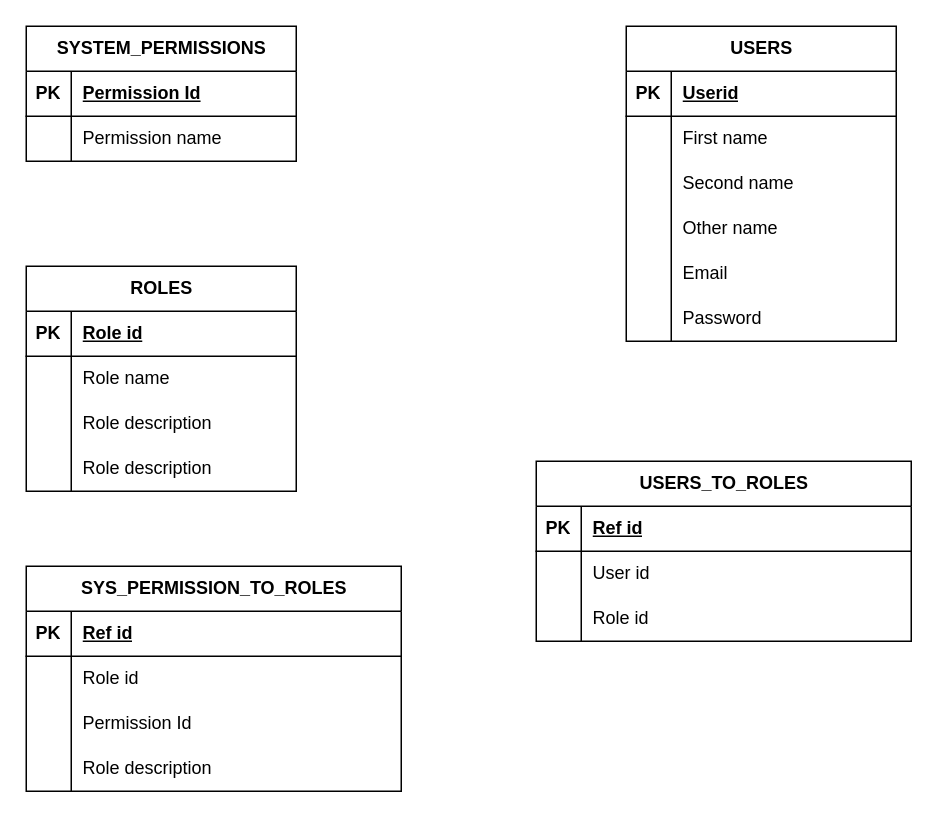
This is Role based access.drawio from JohnMugambi/Files, a draw.io file, before an edit. Source tidied: cells renumbered, new cells numbered last; positions are measured from the earlier drawing's top-left corner, leaving out a move shared by most shapes. Both pictures are drawn from the tidied source at 150%, with x=0, y=0 at pixel (26, 26).
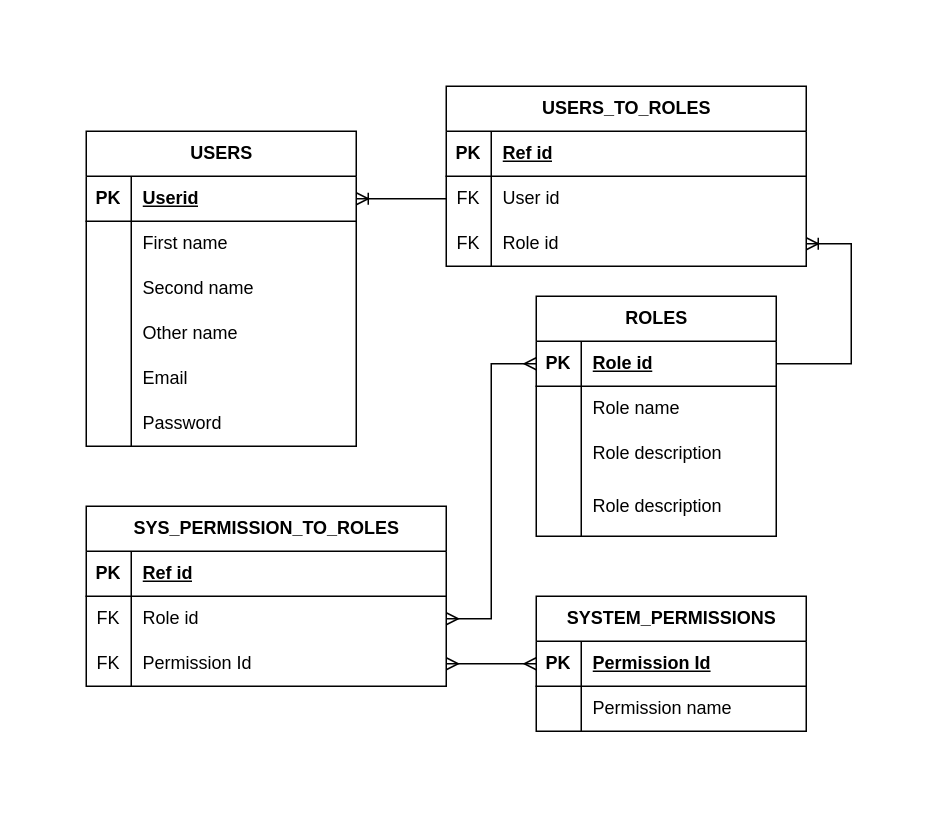
Above is the later version.

Unchanged cells that the change refers to:
```xml
<mxCell id="3" style="shape=tableRow;horizontal=0;startSize=0;swimlaneHead=0;swimlaneBody=0;fillColor=none;points=[[0,0.5],[1,0.5]];portConstraint=eastwest;top=0;left=0;right=0;bottom=1;" parent="2" vertex="1">
  <mxGeometry y="30" width="180" height="30" as="geometry" />
</mxCell>
<mxCell id="22" style="shape=tableRow;horizontal=0;startSize=0;swimlaneHead=0;swimlaneBody=0;fillColor=none;points=[[0,0.5],[1,0.5]];portConstraint=eastwest;top=0;left=0;right=0;bottom=1;" parent="21" vertex="1">
  <mxGeometry y="30" width="180" height="30" as="geometry" />
</mxCell>
```

The edit, as a diff of the source:
```diff
@@
     <mxCell id="2" value="USERS" style="shape=table;startSize=30;childLayout=tableLayout;rowLines=0;fontStyle=1;align=center;html=1;" parent="1" vertex="1">
-      <mxGeometry x="400" width="180" height="210" as="geometry" />
+      <mxGeometry x="40" y="70" width="180" height="210" as="geometry" />
     </mxCell>
@@
     <mxCell id="21" value="SYSTEM_PERMISSIONS" style="shape=table;startSize=30;childLayout=tableLayout;rowLines=0;fontStyle=1;align=center;html=1;" parent="1" vertex="1">
-      <mxGeometry width="180" height="90" as="geometry" />
+      <mxGeometry x="340" y="380" width="180" height="90" as="geometry" />
     </mxCell>
@@
     <mxCell id="28" value="ROLES" style="shape=table;startSize=30;childLayout=tableLayout;rowLines=0;fontStyle=1;align=center;html=1;" parent="1" vertex="1">
-      <mxGeometry y="160" width="180" height="150" as="geometry" />
+      <mxGeometry x="340" y="180" width="160" height="160" as="geometry" />
     </mxCell>
     <mxCell id="29" style="shape=tableRow;horizontal=0;startSize=0;swimlaneHead=0;swimlaneBody=0;fillColor=none;points=[[0,0.5],[1,0.5]];portConstraint=eastwest;top=0;left=0;right=0;bottom=1;" parent="28" vertex="1">
-      <mxGeometry y="30" width="180" height="30" as="geometry" />
+      <mxGeometry y="30" width="160" height="30" as="geometry" />
     </mxCell>
@@
     <mxCell id="31" value="Role id" style="shape=partialRectangle;fillColor=none;top=0;left=0;bottom=0;right=0;align=left;spacingLeft=6;fontStyle=5;overflow=hidden;whiteSpace=wrap;html=1;" parent="29" vertex="1">
-      <mxGeometry x="30" width="150" height="30" as="geometry" />
+      <mxGeometry x="30" width="130" height="30" as="geometry" />
     </mxCell>
     <mxCell id="32" style="shape=tableRow;horizontal=0;startSize=0;swimlaneHead=0;swimlaneBody=0;fillColor=none;top=0;left=0;right=0;bottom=0;" parent="28" vertex="1">
-      <mxGeometry y="60" width="180" height="30" as="geometry" />
+      <mxGeometry y="60" width="160" height="30" as="geometry" />
     </mxCell>
@@
     <mxCell id="34" value="Role name" style="shape=partialRectangle;fillColor=none;top=0;left=0;bottom=0;right=0;align=left;spacingLeft=6;overflow=hidden;whiteSpace=wrap;html=1;" parent="32" vertex="1">
-      <mxGeometry x="30" width="150" height="30" as="geometry" />
+      <mxGeometry x="30" width="130" height="30" as="geometry" />
     </mxCell>
     <mxCell id="35" style="shape=tableRow;horizontal=0;startSize=0;swimlaneHead=0;swimlaneBody=0;fillColor=none;top=0;left=0;right=0;bottom=0;" parent="28" vertex="1">
-      <mxGeometry y="90" width="180" height="30" as="geometry" />
+      <mxGeometry y="90" width="160" height="30" as="geometry" />
     </mxCell>
@@
     <mxCell id="37" value="Role description" style="shape=partialRectangle;fillColor=none;top=0;left=0;bottom=0;right=0;align=left;spacingLeft=6;overflow=hidden;whiteSpace=wrap;html=1;" parent="35" vertex="1">
-      <mxGeometry x="30" width="150" height="30" as="geometry" />
+      <mxGeometry x="30" width="130" height="30" as="geometry" />
     </mxCell>
     <mxCell id="38" style="shape=tableRow;horizontal=0;startSize=0;swimlaneHead=0;swimlaneBody=0;fillColor=none;top=0;left=0;right=0;bottom=0;" parent="28" vertex="1">
-      <mxGeometry y="120" width="180" height="30" as="geometry" />
+      <mxGeometry y="120" width="160" height="40" as="geometry" />
     </mxCell>
     <mxCell id="39" style="shape=partialRectangle;fillColor=none;top=0;left=0;bottom=0;right=0;overflow=hidden;whiteSpace=wrap;html=1;" parent="38" vertex="1">
-      <mxGeometry width="30" height="30" as="geometry" />
+      <mxGeometry width="30" height="40" as="geometry" />
     </mxCell>
     <mxCell id="40" value="Role description" style="shape=partialRectangle;fillColor=none;top=0;left=0;bottom=0;right=0;align=left;spacingLeft=6;overflow=hidden;whiteSpace=wrap;html=1;" parent="38" vertex="1">
-      <mxGeometry x="30" width="150" height="30" as="geometry" />
+      <mxGeometry x="30" width="130" height="40" as="geometry" />
     </mxCell>
     <mxCell id="41" value="SYS_PERMISSION_TO_ROLES" style="shape=table;startSize=30;childLayout=tableLayout;rowLines=0;fontStyle=1;align=center;html=1;" parent="1" vertex="1">
-      <mxGeometry y="360" width="250" height="150" as="geometry" />
+      <mxGeometry x="40" y="320" width="240" height="120" as="geometry" />
     </mxCell>
     <mxCell id="42" style="shape=tableRow;horizontal=0;startSize=0;swimlaneHead=0;swimlaneBody=0;fillColor=none;top=0;left=0;right=0;bottom=1;" parent="41" vertex="1">
-      <mxGeometry y="30" width="250" height="30" as="geometry" />
+      <mxGeometry y="30" width="240" height="30" as="geometry" />
     </mxCell>
@@
     <mxCell id="44" value="Ref id" style="shape=partialRectangle;fillColor=none;top=0;left=0;bottom=0;right=0;align=left;spacingLeft=6;fontStyle=5;overflow=hidden;whiteSpace=wrap;html=1;" parent="42" vertex="1">
-      <mxGeometry x="30" width="220" height="30" as="geometry" />
+      <mxGeometry x="30" width="210" height="30" as="geometry" />
     </mxCell>
     <mxCell id="45" style="shape=tableRow;horizontal=0;startSize=0;swimlaneHead=0;swimlaneBody=0;fillColor=none;points=[[0,0.5],[1,0.5]];portConstraint=eastwest;top=0;left=0;right=0;bottom=0;" parent="41" vertex="1">
-      <mxGeometry y="60" width="250" height="30" as="geometry" />
+      <mxGeometry y="60" width="240" height="30" as="geometry" />
     </mxCell>
-    <mxCell id="46" style="shape=partialRectangle;fillColor=none;top=0;left=0;bottom=0;right=0;overflow=hidden;whiteSpace=wrap;html=1;" parent="45" vertex="1">
+    <mxCell id="46" value="FK" style="shape=partialRectangle;fillColor=none;top=0;left=0;bottom=0;right=0;overflow=hidden;whiteSpace=wrap;html=1;" parent="45" vertex="1">
       <mxGeometry width="30" height="30" as="geometry" />
     </mxCell>
     <mxCell id="47" value="Role id" style="shape=partialRectangle;fillColor=none;top=0;left=0;bottom=0;right=0;align=left;spacingLeft=6;overflow=hidden;whiteSpace=wrap;html=1;" parent="45" vertex="1">
-      <mxGeometry x="30" width="220" height="30" as="geometry" />
+      <mxGeometry x="30" width="210" height="30" as="geometry" />
     </mxCell>
     <mxCell id="48" style="shape=tableRow;horizontal=0;startSize=0;swimlaneHead=0;swimlaneBody=0;fillColor=none;points=[[0,0.5],[1,0.5]];portConstraint=eastwest;top=0;left=0;right=0;bottom=0;" parent="41" vertex="1">
-      <mxGeometry y="90" width="250" height="30" as="geometry" />
+      <mxGeometry y="90" width="240" height="30" as="geometry" />
     </mxCell>
-    <mxCell id="49" style="shape=partialRectangle;fillColor=none;top=0;left=0;bottom=0;right=0;overflow=hidden;whiteSpace=wrap;html=1;" parent="48" vertex="1">
+    <mxCell id="49" value="FK" style="shape=partialRectangle;fillColor=none;top=0;left=0;bottom=0;right=0;overflow=hidden;whiteSpace=wrap;html=1;" parent="48" vertex="1">
       <mxGeometry width="30" height="30" as="geometry" />
     </mxCell>
     <mxCell id="50" value="Permission Id" style="shape=partialRectangle;fillColor=none;top=0;left=0;bottom=0;right=0;align=left;spacingLeft=6;overflow=hidden;whiteSpace=wrap;html=1;" parent="48" vertex="1">
-      <mxGeometry x="30" width="220" height="30" as="geometry" />
+      <mxGeometry x="30" width="210" height="30" as="geometry" />
     </mxCell>
-    <mxCell id="51" style="shape=tableRow;horizontal=0;startSize=0;swimlaneHead=0;swimlaneBody=0;fillColor=none;top=0;left=0;right=0;bottom=0;" parent="41" vertex="1">
-      <mxGeometry y="120" width="250" height="30" as="geometry" />
-    </mxCell>
-    <mxCell id="52" style="shape=partialRectangle;fillColor=none;top=0;left=0;bottom=0;right=0;overflow=hidden;whiteSpace=wrap;html=1;" parent="51" vertex="1">
-      <mxGeometry width="30" height="30" as="geometry" />
-    </mxCell>
-    <mxCell id="53" value="Role description" style="shape=partialRectangle;fillColor=none;top=0;left=0;bottom=0;right=0;align=left;spacingLeft=6;overflow=hidden;whiteSpace=wrap;html=1;" parent="51" vertex="1">
-      <mxGeometry x="30" width="220" height="30" as="geometry" />
-    </mxCell>
     <mxCell id="54" value="USERS_TO_ROLES" style="shape=table;startSize=30;childLayout=tableLayout;rowLines=0;fontStyle=1;align=center;html=1;" parent="1" vertex="1">
-      <mxGeometry x="340" y="290" width="250" height="120" as="geometry" />
+      <mxGeometry x="280" y="40" width="240" height="120" as="geometry" />
     </mxCell>
     <mxCell id="55" style="shape=tableRow;horizontal=0;startSize=0;swimlaneHead=0;swimlaneBody=0;fillColor=none;top=0;left=0;right=0;bottom=1;" parent="54" vertex="1">
-      <mxGeometry y="30" width="250" height="30" as="geometry" />
+      <mxGeometry y="30" width="240" height="30" as="geometry" />
     </mxCell>
@@
     <mxCell id="57" value="Ref id" style="shape=partialRectangle;fillColor=none;top=0;left=0;bottom=0;right=0;align=left;spacingLeft=6;fontStyle=5;overflow=hidden;whiteSpace=wrap;html=1;" parent="55" vertex="1">
-      <mxGeometry x="30" width="220" height="30" as="geometry" />
+      <mxGeometry x="30" width="210" height="30" as="geometry" />
     </mxCell>
     <mxCell id="58" style="shape=tableRow;horizontal=0;startSize=0;swimlaneHead=0;swimlaneBody=0;fillColor=none;points=[[0,0.5],[1,0.5]];portConstraint=eastwest;top=0;left=0;right=0;bottom=0;" parent="54" vertex="1">
-      <mxGeometry y="60" width="250" height="30" as="geometry" />
+      <mxGeometry y="60" width="240" height="30" as="geometry" />
     </mxCell>
-    <mxCell id="59" style="shape=partialRectangle;fillColor=none;top=0;left=0;bottom=0;right=0;overflow=hidden;whiteSpace=wrap;html=1;" parent="58" vertex="1">
+    <mxCell id="59" value="FK" style="shape=partialRectangle;fillColor=none;top=0;left=0;bottom=0;right=0;overflow=hidden;whiteSpace=wrap;html=1;" parent="58" vertex="1">
       <mxGeometry width="30" height="30" as="geometry" />
     </mxCell>
     <mxCell id="60" value="User id" style="shape=partialRectangle;fillColor=none;top=0;left=0;bottom=0;right=0;align=left;spacingLeft=6;overflow=hidden;whiteSpace=wrap;html=1;" parent="58" vertex="1">
-      <mxGeometry x="30" width="220" height="30" as="geometry" />
+      <mxGeometry x="30" width="210" height="30" as="geometry" />
     </mxCell>
     <mxCell id="61" style="shape=tableRow;horizontal=0;startSize=0;swimlaneHead=0;swimlaneBody=0;fillColor=none;points=[[0,0.5],[1,0.5]];portConstraint=eastwest;top=0;left=0;right=0;bottom=0;" parent="54" vertex="1">
-      <mxGeometry y="90" width="250" height="30" as="geometry" />
+      <mxGeometry y="90" width="240" height="30" as="geometry" />
     </mxCell>
-    <mxCell id="62" style="shape=partialRectangle;fillColor=none;top=0;left=0;bottom=0;right=0;overflow=hidden;whiteSpace=wrap;html=1;" parent="61" vertex="1">
+    <mxCell id="62" value="FK" style="shape=partialRectangle;fillColor=none;top=0;left=0;bottom=0;right=0;overflow=hidden;whiteSpace=wrap;html=1;" parent="61" vertex="1">
       <mxGeometry width="30" height="30" as="geometry" />
     </mxCell>
     <mxCell id="63" value="Role id" style="shape=partialRectangle;fillColor=none;top=0;left=0;bottom=0;right=0;align=left;spacingLeft=6;overflow=hidden;whiteSpace=wrap;html=1;" parent="61" vertex="1">
-      <mxGeometry x="30" width="220" height="30" as="geometry" />
+      <mxGeometry x="30" width="210" height="30" as="geometry" />
     </mxCell>
+    <mxCell id="64" style="edgeStyle=entityRelationEdgeStyle;fontSize=12;html=1;endArrow=ERoneToMany;rounded=0;" parent="1" edge="1" source="58" target="3">
+      <mxGeometry relative="1" as="geometry" />
+    </mxCell>
+    <mxCell id="65" style="edgeStyle=entityRelationEdgeStyle;fontSize=12;html=1;endArrow=ERoneToMany;rounded=0;" parent="1" edge="1" source="29" target="61">
+      <mxGeometry relative="1" as="geometry" />
+    </mxCell>
+    <mxCell id="66" style="edgeStyle=entityRelationEdgeStyle;fontSize=12;html=1;endArrow=ERmany;startArrow=ERmany;rounded=0;" parent="1" edge="1" source="45" target="29">
+      <mxGeometry relative="1" as="geometry" />
+    </mxCell>
+    <mxCell id="67" style="edgeStyle=entityRelationEdgeStyle;fontSize=12;html=1;endArrow=ERmany;startArrow=ERmany;rounded=0;" parent="1" edge="1" source="22" target="48">
+      <mxGeometry relative="1" as="geometry" />
+    </mxCell>
```
